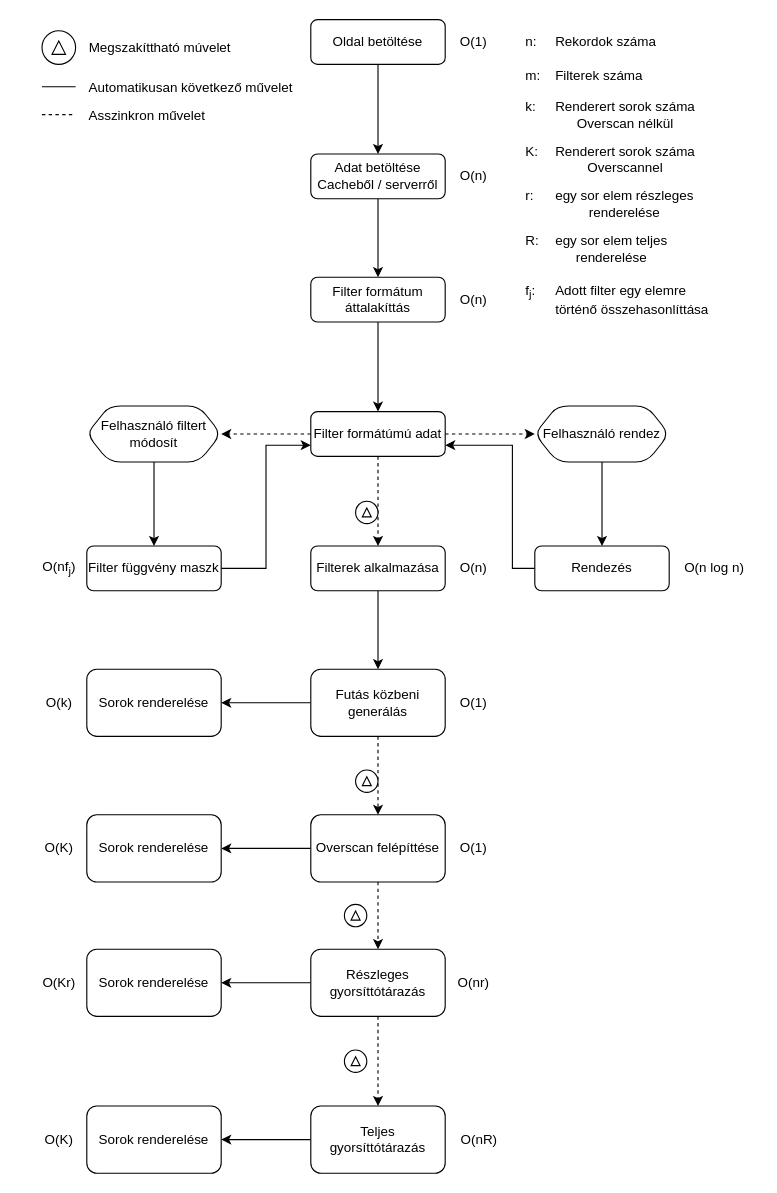
Earlier version of the draw.io diagram wiki/content/list_flow.drawio (Kristofy/CompOffice). Source tidied: cells renumbered, new cells numbered last; positions are measured from the earlier drawing's top-left corner, leaving out a move shared by most shapes. Both pictures are drawn from the tidied source at 112%, with x=0, y=0 at pixel (30, 19).
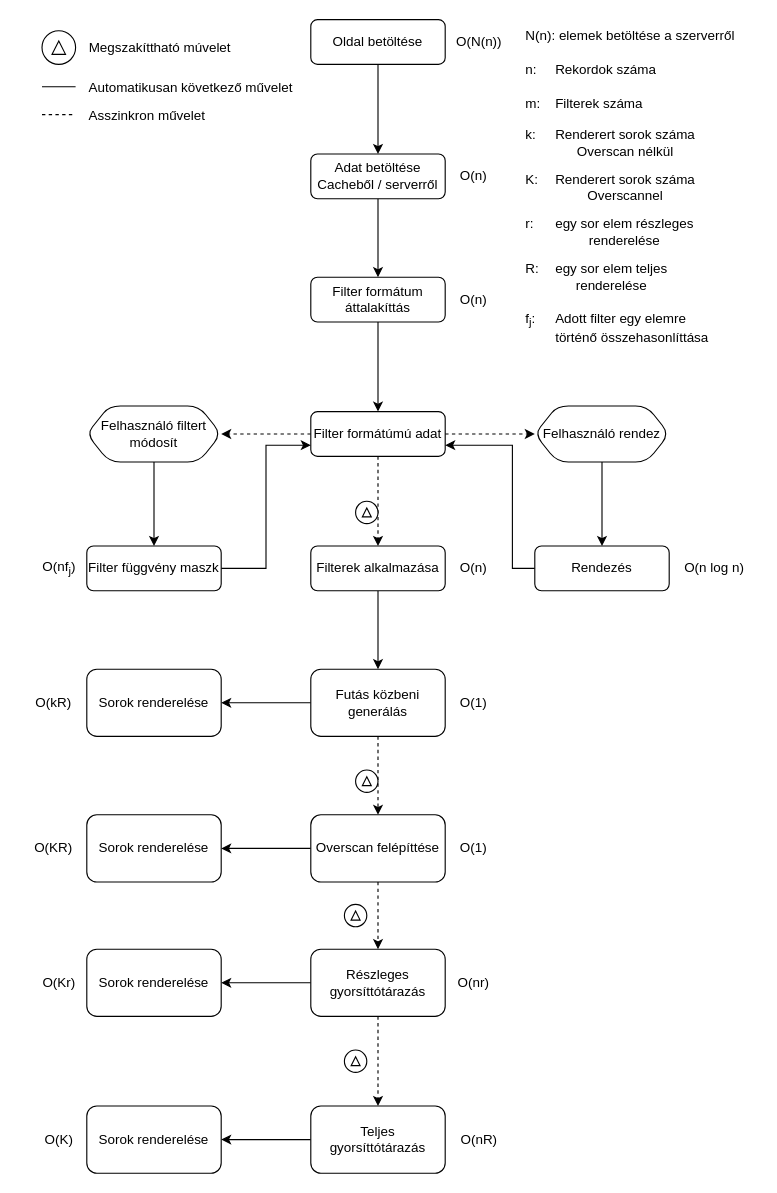
The same diagram, later.

The edit, as a diff of the source:
```diff
@@
-    <mxCell id="39" value="O(1)" style="text;html=1;align=center;verticalAlign=middle;strokeColor=none;fillColor=none;" parent="1" vertex="1">
-      <mxGeometry x="370" y="5" width="50" height="30" as="geometry" />
+    <mxCell id="39" value="O(N(n))" style="text;html=1;align=center;verticalAlign=middle;strokeColor=none;fillColor=none;" parent="1" vertex="1">
+      <mxGeometry x="370" y="5" width="60" height="30" as="geometry" />
     </mxCell>
@@
     <mxCell id="41" value="n:&lt;span style=&quot;white-space: pre;&quot;&gt;&#9;&lt;/span&gt;Rekordok száma" style="text;html=1;align=left;verticalAlign=middle;strokeColor=none;fillColor=none;" parent="1" vertex="1">
-      <mxGeometry x="440" y="5" width="140" height="30" as="geometry" />
+      <mxGeometry x="440" y="30" width="140" height="30" as="geometry" />
     </mxCell>
     <mxCell id="42" value="k:&lt;span style=&quot;white-space: pre;&quot;&gt;&#9;&lt;/span&gt;Renderert sorok száma&lt;div style=&quot;text-align: center;&quot;&gt;&lt;span style=&quot;white-space: pre;&quot;&gt;&#9;&lt;/span&gt;Overscan nélkül&lt;br&gt;&lt;/div&gt;" style="text;html=1;align=left;verticalAlign=middle;strokeColor=none;fillColor=none;" parent="1" vertex="1">
-      <mxGeometry x="440" y="65" width="170" height="40" as="geometry" />
+      <mxGeometry x="440" y="90" width="170" height="40" as="geometry" />
     </mxCell>
     <mxCell id="43" value="m:&lt;span style=&quot;white-space: pre;&quot;&gt;&#9;&lt;/span&gt;Filterek száma" style="text;html=1;align=left;verticalAlign=middle;strokeColor=none;fillColor=none;" parent="1" vertex="1">
-      <mxGeometry x="440" y="35" width="130" height="30" as="geometry" />
+      <mxGeometry x="440" y="60" width="130" height="30" as="geometry" />
     </mxCell>
     <mxCell id="44" value="f&lt;sub&gt;j&lt;/sub&gt;:&lt;span style=&quot;white-space: pre;&quot;&gt;&#9;&lt;/span&gt;Adott filter egy elemre&lt;div style=&quot;text-align: center;&quot;&gt;&lt;span style=&quot;white-space: pre;&quot;&gt;&#9;&lt;/span&gt;történő összehasonlíttása&lt;/div&gt;" style="text;html=1;align=left;verticalAlign=middle;strokeColor=none;fillColor=none;" parent="1" vertex="1">
-      <mxGeometry x="440" y="225" width="190" height="50" as="geometry" />
+      <mxGeometry x="440" y="250" width="190" height="50" as="geometry" />
     </mxCell>
     <mxCell id="45" value="R:&lt;span style=&quot;white-space: pre;&quot;&gt;&#9;&lt;/span&gt;egy sor elem teljes&lt;br&gt;&lt;div style=&quot;text-align: center;&quot;&gt;&lt;span style=&quot;background-color: initial; white-space-collapse: preserve;&quot;&gt;&#9;&lt;/span&gt;&lt;span style=&quot;background-color: initial;&quot;&gt;renderelése&lt;/span&gt;&lt;/div&gt;" style="text;html=1;align=left;verticalAlign=middle;strokeColor=none;fillColor=none;" parent="1" vertex="1">
-      <mxGeometry x="440" y="185" width="150" height="40" as="geometry" />
+      <mxGeometry x="440" y="210" width="150" height="40" as="geometry" />
     </mxCell>
     <mxCell id="46" value="K:&lt;span style=&quot;white-space: pre;&quot;&gt;&#9;&lt;/span&gt;Renderert sorok száma&lt;div style=&quot;text-align: center;&quot;&gt;&lt;span style=&quot;white-space: pre;&quot;&gt;&#9;&lt;/span&gt;Overscannel&lt;br&gt;&lt;/div&gt;" style="text;html=1;align=left;verticalAlign=middle;strokeColor=none;fillColor=none;" parent="1" vertex="1">
-      <mxGeometry x="440" y="105" width="170" height="40" as="geometry" />
+      <mxGeometry x="440" y="130" width="170" height="40" as="geometry" />
     </mxCell>
     <mxCell id="47" value="r:&lt;span style=&quot;white-space: pre;&quot;&gt;&#9;&lt;/span&gt;egy sor elem részleges&lt;br&gt;&lt;div style=&quot;text-align: center;&quot;&gt;&lt;span style=&quot;background-color: initial; white-space-collapse: preserve;&quot;&gt;&#9;&lt;/span&gt;&lt;span style=&quot;background-color: initial;&quot;&gt;renderelése&lt;/span&gt;&lt;/div&gt;" style="text;html=1;align=left;verticalAlign=middle;strokeColor=none;fillColor=none;" parent="1" vertex="1">
-      <mxGeometry x="440" y="145" width="170" height="40" as="geometry" />
+      <mxGeometry x="440" y="170" width="170" height="40" as="geometry" />
     </mxCell>
@@
-    <mxCell id="55" value="O(k)" style="text;html=1;align=center;verticalAlign=middle;strokeColor=none;fillColor=none;" parent="1" vertex="1">
-      <mxGeometry y="595" width="50" height="30" as="geometry" />
+    <mxCell id="55" value="O(kR)" style="text;html=1;align=center;verticalAlign=middle;strokeColor=none;fillColor=none;" parent="1" vertex="1">
+      <mxGeometry x="-10" y="595" width="60" height="30" as="geometry" />
     </mxCell>
@@
-    <mxCell id="61" value="O(K)" style="text;html=1;align=center;verticalAlign=middle;strokeColor=none;fillColor=none;" parent="1" vertex="1">
-      <mxGeometry y="725" width="50" height="30" as="geometry" />
+    <mxCell id="61" value="O(KR)" style="text;html=1;align=center;verticalAlign=middle;strokeColor=none;fillColor=none;" parent="1" vertex="1">
+      <mxGeometry x="-10" y="725" width="60" height="30" as="geometry" />
     </mxCell>
@@
+    <mxCell id="68" value="N(n): elemek betöltése a szerverről" style="text;html=1;align=left;verticalAlign=middle;strokeColor=none;fillColor=none;" parent="1" vertex="1">
+      <mxGeometry x="440" width="210" height="30" as="geometry" />
+    </mxCell>
```
